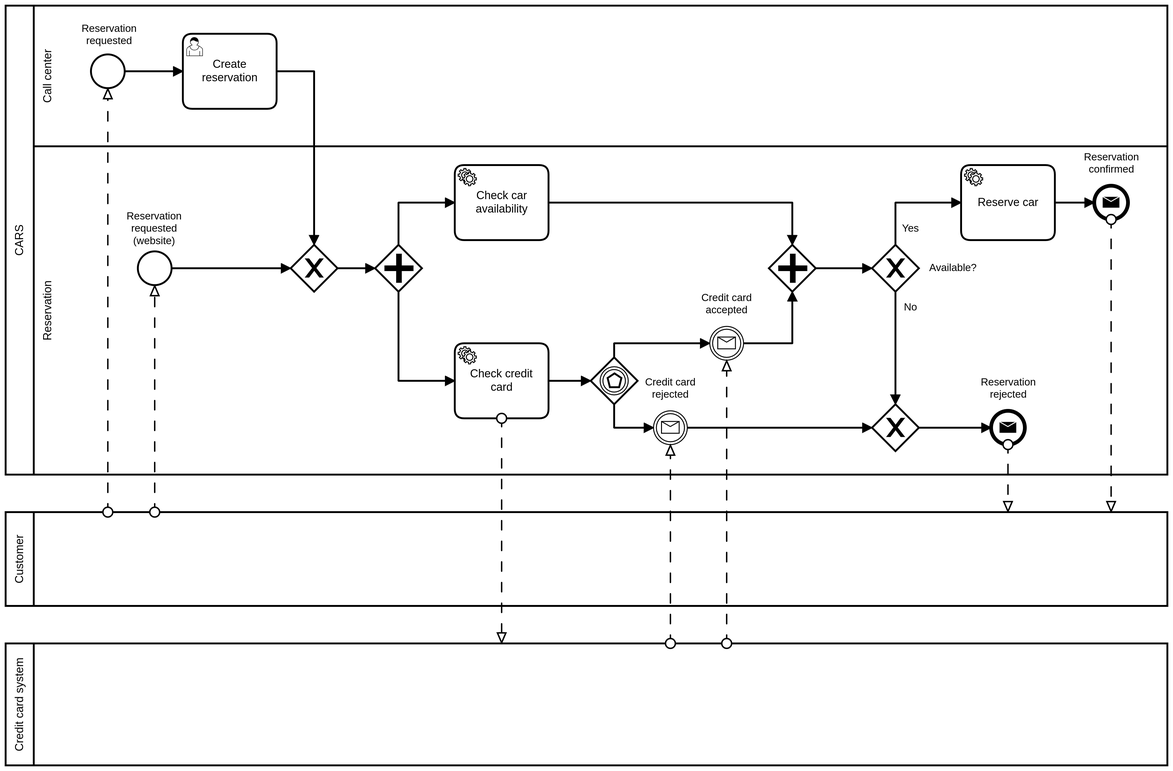
Above: car_rental/models/reservation_process_as_is.png in franco-ruggeri/polito-information-systems (BPMN), before the change. Its source is kept beside it as car_rental/models/reservation_process_as_is.bpmn. Ids are renumbered.
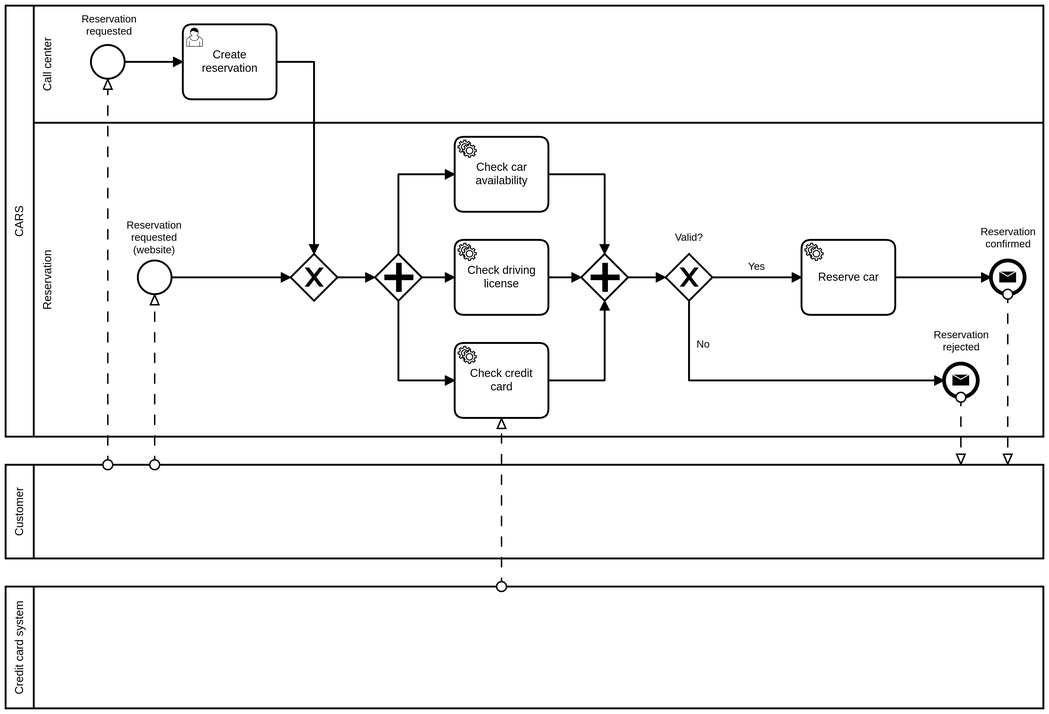
The same file after the commit.

Commit message:
Improve AS IS process

Diff of the diagram source:
```diff
@@ -9,5 +9,3 @@
     <bpmn:messageFlow id="Flow_n14" sourceRef="Event_n15" targetRef="Participant_n5" />
-    <bpmn:messageFlow id="Flow_n16" sourceRef="Participant_n7" targetRef="Event_n17" />
-    <bpmn:messageFlow id="Flow_n18" sourceRef="Participant_n7" targetRef="Event_n19" />
-    <bpmn:messageFlow id="Flow_n20" sourceRef="Activity_n21" targetRef="Participant_n7" />
+    <bpmn:messageFlow id="Flow_n55" sourceRef="Participant_n7" targetRef="Activity_n21" />
   </bpmn:collaboration>
@@ -15,2 +13,15 @@
     <bpmn:laneSet id="LaneSet_n22">
+      <bpmn:lane id="Lane_n25" name="Reservation">
+        <bpmn:flowNodeRef>Gateway_n26</bpmn:flowNodeRef>
+        <bpmn:flowNodeRef>Gateway_n27</bpmn:flowNodeRef>
+        <bpmn:flowNodeRef>Activity_n29</bpmn:flowNodeRef>
+        <bpmn:flowNodeRef>Event_n13</bpmn:flowNodeRef>
+        <bpmn:flowNodeRef>Event_n15</bpmn:flowNodeRef>
+        <bpmn:flowNodeRef>Gateway_n30</bpmn:flowNodeRef>
+        <bpmn:flowNodeRef>Event_n11</bpmn:flowNodeRef>
+        <bpmn:flowNodeRef>Activity_n33</bpmn:flowNodeRef>
+        <bpmn:flowNodeRef>Activity_n21</bpmn:flowNodeRef>
+        <bpmn:flowNodeRef>Gateway_n56</bpmn:flowNodeRef>
+        <bpmn:flowNodeRef>Activity_n57</bpmn:flowNodeRef>
+      </bpmn:lane>
       <bpmn:lane id="Lane_n23" name="Call center">
@@ -19,28 +30,5 @@
       </bpmn:lane>
-      <bpmn:lane id="Lane_n25" name="Reservation">
-        <bpmn:flowNodeRef>Gateway_n26</bpmn:flowNodeRef>
-        <bpmn:flowNodeRef>Gateway_n27</bpmn:flowNodeRef>
-        <bpmn:flowNodeRef>Event_n19</bpmn:flowNodeRef>
-        <bpmn:flowNodeRef>Event_n17</bpmn:flowNodeRef>
-        <bpmn:flowNodeRef>Gateway_n28</bpmn:flowNodeRef>
-        <bpmn:flowNodeRef>Activity_n29</bpmn:flowNodeRef>
-        <bpmn:flowNodeRef>Event_n13</bpmn:flowNodeRef>
-        <bpmn:flowNodeRef>Event_n15</bpmn:flowNodeRef>
-        <bpmn:flowNodeRef>Gateway_n30</bpmn:flowNodeRef>
-        <bpmn:flowNodeRef>Gateway_n31</bpmn:flowNodeRef>
-        <bpmn:flowNodeRef>Event_n11</bpmn:flowNodeRef>
-        <bpmn:flowNodeRef>Gateway_n32</bpmn:flowNodeRef>
-        <bpmn:flowNodeRef>Activity_n33</bpmn:flowNodeRef>
-        <bpmn:flowNodeRef>Activity_n21</bpmn:flowNodeRef>
-      </bpmn:lane>
     </bpmn:laneSet>
+    <bpmn:sequenceFlow id="Flow_n35" sourceRef="Activity_n24" targetRef="Gateway_n26" />
     <bpmn:sequenceFlow id="Flow_n34" sourceRef="StartEvent_1" targetRef="Activity_n24" />
-    <bpmn:sequenceFlow id="Flow_n35" sourceRef="Activity_n24" targetRef="Gateway_n26" />
-    <bpmn:sequenceFlow id="Flow_n36" sourceRef="Event_n11" targetRef="Gateway_n26" />
-    <bpmn:sequenceFlow id="Flow_n37" sourceRef="Gateway_n26" targetRef="Gateway_n27" />
-    <bpmn:sequenceFlow id="Flow_n38" sourceRef="Gateway_n27" targetRef="Activity_n33" />
-    <bpmn:sequenceFlow id="Flow_n39" sourceRef="Activity_n33" targetRef="Gateway_n32" />
-    <bpmn:sequenceFlow id="Flow_n40" sourceRef="Event_n17" targetRef="Gateway_n32" />
-    <bpmn:sequenceFlow id="Flow_n41" sourceRef="Gateway_n31" targetRef="Event_n17" />
-    <bpmn:sequenceFlow id="Flow_n42" sourceRef="Gateway_n31" targetRef="Event_n19" />
     <bpmn:userTask id="Activity_n24" name="Create reservation">
@@ -49,2 +37,5 @@
     </bpmn:userTask>
+    <bpmn:startEvent id="StartEvent_1" name="Reservation requested">
+      <bpmn:outgoing>Flow_n34</bpmn:outgoing>
+    </bpmn:startEvent>
     <bpmn:exclusiveGateway id="Gateway_n26">
@@ -58,21 +49,6 @@
       <bpmn:outgoing>Flow_n43</bpmn:outgoing>
+      <bpmn:outgoing>Flow_n58</bpmn:outgoing>
     </bpmn:parallelGateway>
-    <bpmn:sequenceFlow id="Flow_n44" sourceRef="Event_n19" targetRef="Gateway_n30" />
-    <bpmn:intermediateCatchEvent id="Event_n19" name="Credit card rejected">
-      <bpmn:incoming>Flow_n42</bpmn:incoming>
-      <bpmn:outgoing>Flow_n44</bpmn:outgoing>
-      <bpmn:messageEventDefinition id="MessageEventDefinition_n45" />
-    </bpmn:intermediateCatchEvent>
-    <bpmn:intermediateCatchEvent id="Event_n17" name="Credit card accepted">
-      <bpmn:incoming>Flow_n41</bpmn:incoming>
-      <bpmn:outgoing>Flow_n40</bpmn:outgoing>
-      <bpmn:messageEventDefinition id="MessageEventDefinition_n46" />
-    </bpmn:intermediateCatchEvent>
-    <bpmn:exclusiveGateway id="Gateway_n28" name="Available?">
-      <bpmn:incoming>Flow_n47</bpmn:incoming>
-      <bpmn:outgoing>Flow_n48</bpmn:outgoing>
-      <bpmn:outgoing>Flow_n49</bpmn:outgoing>
-    </bpmn:exclusiveGateway>
     <bpmn:serviceTask id="Activity_n29" name="Reserve car">
-      <bpmn:incoming>Flow_n49</bpmn:incoming>
+      <bpmn:incoming>Flow_n59</bpmn:incoming>
       <bpmn:outgoing>Flow_n50</bpmn:outgoing>
@@ -87,17 +63,7 @@
     </bpmn:endEvent>
-    <bpmn:exclusiveGateway id="Gateway_n30">
-      <bpmn:incoming>Flow_n48</bpmn:incoming>
-      <bpmn:incoming>Flow_n44</bpmn:incoming>
+    <bpmn:exclusiveGateway id="Gateway_n30" name="Valid?">
+      <bpmn:incoming>Flow_n60</bpmn:incoming>
       <bpmn:outgoing>Flow_n51</bpmn:outgoing>
+      <bpmn:outgoing>Flow_n59</bpmn:outgoing>
     </bpmn:exclusiveGateway>
-    <bpmn:sequenceFlow id="Flow_n47" sourceRef="Gateway_n32" targetRef="Gateway_n28" />
-    <bpmn:sequenceFlow id="Flow_n48" name="No" sourceRef="Gateway_n28" targetRef="Gateway_n30" />
-    <bpmn:sequenceFlow id="Flow_n49" name="Yes" sourceRef="Gateway_n28" targetRef="Activity_n29" />
-    <bpmn:sequenceFlow id="Flow_n50" sourceRef="Activity_n29" targetRef="Event_n15" />
-    <bpmn:sequenceFlow id="Flow_n51" sourceRef="Gateway_n30" targetRef="Event_n13" />
-    <bpmn:eventBasedGateway id="Gateway_n31">
-      <bpmn:incoming>Flow_n54</bpmn:incoming>
-      <bpmn:outgoing>Flow_n41</bpmn:outgoing>
-      <bpmn:outgoing>Flow_n42</bpmn:outgoing>
-    </bpmn:eventBasedGateway>
     <bpmn:startEvent id="Event_n11" name="Reservation requested (website)">
@@ -105,15 +71,5 @@
     </bpmn:startEvent>
-    <bpmn:startEvent id="StartEvent_1" name="Reservation requested">
-      <bpmn:outgoing>Flow_n34</bpmn:outgoing>
-    </bpmn:startEvent>
-    <bpmn:sequenceFlow id="Flow_n43" sourceRef="Gateway_n27" targetRef="Activity_n21" />
-    <bpmn:sequenceFlow id="Flow_n54" sourceRef="Activity_n21" targetRef="Gateway_n31" />
-    <bpmn:parallelGateway id="Gateway_n32">
-      <bpmn:incoming>Flow_n39</bpmn:incoming>
-      <bpmn:incoming>Flow_n40</bpmn:incoming>
-      <bpmn:outgoing>Flow_n47</bpmn:outgoing>
-    </bpmn:parallelGateway>
     <bpmn:serviceTask id="Activity_n33" name="Check car availability">
       <bpmn:incoming>Flow_n38</bpmn:incoming>
-      <bpmn:outgoing>Flow_n39</bpmn:outgoing>
+      <bpmn:outgoing>Flow_n61</bpmn:outgoing>
     </bpmn:serviceTask>
@@ -121,4 +77,26 @@
       <bpmn:incoming>Flow_n43</bpmn:incoming>
-      <bpmn:outgoing>Flow_n54</bpmn:outgoing>
+      <bpmn:outgoing>Flow_n62</bpmn:outgoing>
     </bpmn:serviceTask>
+    <bpmn:parallelGateway id="Gateway_n56">
+      <bpmn:incoming>Flow_n61</bpmn:incoming>
+      <bpmn:incoming>Flow_n63</bpmn:incoming>
+      <bpmn:incoming>Flow_n62</bpmn:incoming>
+      <bpmn:outgoing>Flow_n60</bpmn:outgoing>
+    </bpmn:parallelGateway>
+    <bpmn:serviceTask id="Activity_n57" name="Check driving license">
+      <bpmn:incoming>Flow_n58</bpmn:incoming>
+      <bpmn:outgoing>Flow_n63</bpmn:outgoing>
+    </bpmn:serviceTask>
+    <bpmn:sequenceFlow id="Flow_n36" sourceRef="Event_n11" targetRef="Gateway_n26" />
+    <bpmn:sequenceFlow id="Flow_n37" sourceRef="Gateway_n26" targetRef="Gateway_n27" />
+    <bpmn:sequenceFlow id="Flow_n38" sourceRef="Gateway_n27" targetRef="Activity_n33" />
+    <bpmn:sequenceFlow id="Flow_n43" sourceRef="Gateway_n27" targetRef="Activity_n21" />
+    <bpmn:sequenceFlow id="Flow_n58" sourceRef="Gateway_n27" targetRef="Activity_n57" />
+    <bpmn:sequenceFlow id="Flow_n59" name="Yes" sourceRef="Gateway_n30" targetRef="Activity_n29" />
+    <bpmn:sequenceFlow id="Flow_n50" sourceRef="Activity_n29" targetRef="Event_n15" />
+    <bpmn:sequenceFlow id="Flow_n51" name="No" sourceRef="Gateway_n30" targetRef="Event_n13" />
+    <bpmn:sequenceFlow id="Flow_n60" sourceRef="Gateway_n56" targetRef="Gateway_n30" />
+    <bpmn:sequenceFlow id="Flow_n61" sourceRef="Activity_n33" targetRef="Gateway_n56" />
+    <bpmn:sequenceFlow id="Flow_n62" sourceRef="Activity_n21" targetRef="Gateway_n56" />
+    <bpmn:sequenceFlow id="Flow_n63" sourceRef="Activity_n57" targetRef="Gateway_n56" />
   </bpmn:process>
@@ -129,63 +107,29 @@
       <bpmndi:BPMNShape id="Participant_n3_di" bpmnElement="Participant_n3" isHorizontal="true">
-        <dc:Bounds x="121" y="80" width="1239" height="500" />
+        <dc:Bounds x="121" y="110" width="1107" height="460" />
       </bpmndi:BPMNShape>
       <bpmndi:BPMNShape id="Lane_n25_di" bpmnElement="Lane_n25" isHorizontal="true">
-        <dc:Bounds x="151" y="230" width="1209" height="350" />
+        <dc:Bounds x="151" y="235" width="1077" height="335" />
       </bpmndi:BPMNShape>
       <bpmndi:BPMNShape id="Lane_n23_di" bpmnElement="Lane_n23" isHorizontal="true">
-        <dc:Bounds x="151" y="80" width="1209" height="150" />
+        <dc:Bounds x="151" y="110" width="1077" height="125" />
       </bpmndi:BPMNShape>
-      <bpmndi:BPMNEdge id="Flow_n51_di" bpmnElement="Flow_n51">
-        <di:waypoint x="1095" y="530" />
-        <di:waypoint x="1172" y="530" />
+      <bpmndi:BPMNEdge id="Flow_n35_di" bpmnElement="Flow_n35">
+        <di:waypoint x="410" y="170" />
+        <di:waypoint x="450" y="170" />
+        <di:waypoint x="450" y="375" />
       </bpmndi:BPMNEdge>
-      <bpmndi:BPMNEdge id="Flow_n50_di" bpmnElement="Flow_n50">
-        <di:waypoint x="1240" y="290" />
-        <di:waypoint x="1282" y="290" />
+      <bpmndi:BPMNEdge id="Flow_n34_di" bpmnElement="Flow_n34">
+        <di:waypoint x="248" y="170" />
+        <di:waypoint x="310" y="170" />
       </bpmndi:BPMNEdge>
-      <bpmndi:BPMNEdge id="Flow_n49_di" bpmnElement="Flow_n49">
-        <di:waypoint x="1070" y="335" />
-        <di:waypoint x="1070" y="290" />
-        <di:waypoint x="1140" y="290" />
-        <bpmndi:BPMNLabel>
-          <dc:Bounds x="1077" y="311" width="19" height="14" />
-        </bpmndi:BPMNLabel>
+      <bpmndi:BPMNEdge id="Flow_n36_di" bpmnElement="Flow_n36">
+        <di:waypoint x="298" y="400" />
+        <di:waypoint x="425" y="400" />
       </bpmndi:BPMNEdge>
-      <bpmndi:BPMNEdge id="Flow_n48_di" bpmnElement="Flow_n48">
-        <di:waypoint x="1070" y="385" />
-        <di:waypoint x="1070" y="505" />
-        <bpmndi:BPMNLabel>
-          <dc:Bounds x="1079" y="395" width="15" height="14" />
-        </bpmndi:BPMNLabel>
-      </bpmndi:BPMNEdge>
-      <bpmndi:BPMNEdge id="Flow_n47_di" bpmnElement="Flow_n47">
-        <di:waypoint x="985" y="360" />
-        <di:waypoint x="1045" y="360" />
-      </bpmndi:BPMNEdge>
-      <bpmndi:BPMNEdge id="Flow_n44_di" bpmnElement="Flow_n44">
-        <di:waypoint x="848" y="530" />
-        <di:waypoint x="1045" y="530" />
-      </bpmndi:BPMNEdge>
-      <bpmndi:BPMNEdge id="Flow_n42_di" bpmnElement="Flow_n42">
-        <di:waypoint x="770" y="505" />
-        <di:waypoint x="770" y="530" />
-        <di:waypoint x="812" y="530" />
-      </bpmndi:BPMNEdge>
-      <bpmndi:BPMNEdge id="Flow_n41_di" bpmnElement="Flow_n41">
-        <di:waypoint x="770" y="455" />
-        <di:waypoint x="770" y="440" />
-        <di:waypoint x="872" y="440" />
-      </bpmndi:BPMNEdge>
-      <bpmndi:BPMNEdge id="Flow_n40_di" bpmnElement="Flow_n40">
-        <di:waypoint x="908" y="440" />
-        <di:waypoint x="960" y="440" />
-        <di:waypoint x="960" y="385" />
-      </bpmndi:BPMNEdge>
-      <bpmndi:BPMNEdge id="Flow_n39_di" bpmnElement="Flow_n39">
-        <di:waypoint x="700" y="290" />
-        <di:waypoint x="960" y="290" />
-        <di:waypoint x="960" y="335" />
+      <bpmndi:BPMNEdge id="Flow_n37_di" bpmnElement="Flow_n37">
+        <di:waypoint x="475" y="400" />
+        <di:waypoint x="515" y="400" />
       </bpmndi:BPMNEdge>
       <bpmndi:BPMNEdge id="Flow_n38_di" bpmnElement="Flow_n38">
-        <di:waypoint x="540" y="335" />
+        <di:waypoint x="540" y="375" />
         <di:waypoint x="540" y="290" />
@@ -193,62 +137,70 @@
       </bpmndi:BPMNEdge>
-      <bpmndi:BPMNEdge id="Flow_n37_di" bpmnElement="Flow_n37">
-        <di:waypoint x="475" y="360" />
-        <di:waypoint x="515" y="360" />
+      <bpmndi:BPMNEdge id="Flow_n43_di" bpmnElement="Flow_n43">
+        <di:waypoint x="540" y="425" />
+        <di:waypoint x="540" y="510" />
+        <di:waypoint x="600" y="510" />
       </bpmndi:BPMNEdge>
-      <bpmndi:BPMNEdge id="Flow_n36_di" bpmnElement="Flow_n36">
-        <di:waypoint x="298" y="360" />
-        <di:waypoint x="425" y="360" />
+      <bpmndi:BPMNEdge id="Flow_n58_di" bpmnElement="Flow_n58">
+        <di:waypoint x="565" y="400" />
+        <di:waypoint x="600" y="400" />
       </bpmndi:BPMNEdge>
-      <bpmndi:BPMNEdge id="Flow_n35_di" bpmnElement="Flow_n35">
-        <di:waypoint x="410" y="150" />
-        <di:waypoint x="450" y="150" />
-        <di:waypoint x="450" y="335" />
+      <bpmndi:BPMNEdge id="Flow_n59_di" bpmnElement="Flow_n59">
+        <di:waypoint x="875" y="400" />
+        <di:waypoint x="970" y="400" />
+        <bpmndi:BPMNLabel>
+          <dc:Bounds x="913" y="382" width="19" height="14" />
+        </bpmndi:BPMNLabel>
       </bpmndi:BPMNEdge>
-      <bpmndi:BPMNEdge id="Flow_n34_di" bpmnElement="Flow_n34">
-        <di:waypoint x="248" y="150" />
-        <di:waypoint x="310" y="150" />
+      <bpmndi:BPMNEdge id="Flow_n50_di" bpmnElement="Flow_n50">
+        <di:waypoint x="1070" y="400" />
+        <di:waypoint x="1172" y="400" />
       </bpmndi:BPMNEdge>
-      <bpmndi:BPMNEdge id="Flow_n43_di" bpmnElement="Flow_n43">
-        <di:waypoint x="540" y="385" />
-        <di:waypoint x="540" y="480" />
-        <di:waypoint x="600" y="480" />
+      <bpmndi:BPMNEdge id="Flow_n51_di" bpmnElement="Flow_n51">
+        <di:waypoint x="850" y="425" />
+        <di:waypoint x="850" y="510" />
+        <di:waypoint x="1122" y="510" />
+        <bpmndi:BPMNLabel>
+          <dc:Bounds x="858" y="465" width="15" height="14" />
+        </bpmndi:BPMNLabel>
       </bpmndi:BPMNEdge>
-      <bpmndi:BPMNEdge id="Flow_n54_di" bpmnElement="Flow_n54">
-        <di:waypoint x="700" y="480" />
-        <di:waypoint x="745" y="480" />
+      <bpmndi:BPMNEdge id="Flow_n60_di" bpmnElement="Flow_n60">
+        <di:waypoint x="785" y="400" />
+        <di:waypoint x="825" y="400" />
+      </bpmndi:BPMNEdge>
+      <bpmndi:BPMNEdge id="Flow_n61_di" bpmnElement="Flow_n61">
+        <di:waypoint x="700" y="290" />
+        <di:waypoint x="760" y="290" />
+        <di:waypoint x="760" y="375" />
+      </bpmndi:BPMNEdge>
+      <bpmndi:BPMNEdge id="Flow_n62_di" bpmnElement="Flow_n62">
+        <di:waypoint x="700" y="510" />
+        <di:waypoint x="760" y="510" />
+        <di:waypoint x="760" y="425" />
+      </bpmndi:BPMNEdge>
+      <bpmndi:BPMNEdge id="Flow_n63_di" bpmnElement="Flow_n63">
+        <di:waypoint x="700" y="400" />
+        <di:waypoint x="735" y="400" />
       </bpmndi:BPMNEdge>
       <bpmndi:BPMNShape id="Activity_082cy1y_di" bpmnElement="Activity_n24">
-        <dc:Bounds x="310" y="110" width="100" height="80" />
+        <dc:Bounds x="310" y="130" width="100" height="80" />
+      </bpmndi:BPMNShape>
+      <bpmndi:BPMNShape id="Event_086gqml_di" bpmnElement="StartEvent_1">
+        <dc:Bounds x="212" y="152" width="36" height="36" />
+        <bpmndi:BPMNLabel>
+          <dc:Bounds x="202" y="118" width="59" height="27" />
+        </bpmndi:BPMNLabel>
       </bpmndi:BPMNShape>
       <bpmndi:BPMNShape id="Gateway_n26_di" bpmnElement="Gateway_n26" isMarkerVisible="true">
-        <dc:Bounds x="425" y="335" width="50" height="50" />
+        <dc:Bounds x="425" y="375" width="50" height="50" />
       </bpmndi:BPMNShape>
       <bpmndi:BPMNShape id="Gateway_17oste3_di" bpmnElement="Gateway_n27">
-        <dc:Bounds x="515" y="335" width="50" height="50" />
-      </bpmndi:BPMNShape>
-      <bpmndi:BPMNShape id="Event_n19_di" bpmnElement="Event_n19">
-        <dc:Bounds x="812" y="512" width="36" height="36" />
-        <bpmndi:BPMNLabel>
-          <dc:Bounds x="803" y="474.5" width="54" height="27" />
-        </bpmndi:BPMNLabel>
-      </bpmndi:BPMNShape>
-      <bpmndi:BPMNShape id="Event_0lzejxs_di" bpmnElement="Event_n17">
-        <dc:Bounds x="872" y="422" width="36" height="36" />
-        <bpmndi:BPMNLabel>
-          <dc:Bounds x="863" y="384.5" width="54" height="27" />
-        </bpmndi:BPMNLabel>
-      </bpmndi:BPMNShape>
-      <bpmndi:BPMNShape id="Gateway_n28_di" bpmnElement="Gateway_n28" isMarkerVisible="true">
-        <dc:Bounds x="1045" y="335" width="50" height="50" />
-        <bpmndi:BPMNLabel>
-          <dc:Bounds x="1106" y="353" width="51" height="14" />
-        </bpmndi:BPMNLabel>
+        <dc:Bounds x="515" y="375" width="50" height="50" />
       </bpmndi:BPMNShape>
       <bpmndi:BPMNShape id="Activity_1cs5w4l_di" bpmnElement="Activity_n29">
-        <dc:Bounds x="1140" y="250" width="100" height="80" />
+        <dc:Bounds x="970" y="360" width="100" height="80" />
       </bpmndi:BPMNShape>
       <bpmndi:BPMNShape id="Event_1006tid_di" bpmnElement="Event_n13">
-        <dc:Bounds x="1172" y="512" width="36" height="36" />
+        <dc:Bounds x="1122" y="492" width="36" height="36" />
         <bpmndi:BPMNLabel>
-          <dc:Bounds x="1160.5" y="475" width="59" height="27" />
+          <dc:Bounds x="1111" y="455" width="59" height="27" />
         </bpmndi:BPMNLabel>
@@ -256,5 +208,5 @@
       <bpmndi:BPMNShape id="Event_18gfctf_di" bpmnElement="Event_n15">
-        <dc:Bounds x="1282" y="272" width="36" height="36" />
+        <dc:Bounds x="1172" y="382" width="36" height="36" />
         <bpmndi:BPMNLabel>
-          <dc:Bounds x="1270.5" y="234.5" width="59" height="27" />
+          <dc:Bounds x="1161" y="345" width="59" height="27" />
         </bpmndi:BPMNLabel>
@@ -262,21 +214,12 @@
       <bpmndi:BPMNShape id="Gateway_n30_di" bpmnElement="Gateway_n30" isMarkerVisible="true">
-        <dc:Bounds x="1045" y="505" width="50" height="50" />
-      </bpmndi:BPMNShape>
-      <bpmndi:BPMNShape id="Gateway_1xvrmgd_di" bpmnElement="Gateway_n31">
-        <dc:Bounds x="745" y="455" width="50" height="50" />
+        <dc:Bounds x="825" y="375" width="50" height="50" />
+        <bpmndi:BPMNLabel>
+          <dc:Bounds x="835" y="351" width="30" height="14" />
+        </bpmndi:BPMNLabel>
       </bpmndi:BPMNShape>
       <bpmndi:BPMNShape id="Event_0c0r4jg_di" bpmnElement="Event_n11">
-        <dc:Bounds x="262" y="342" width="36" height="36" />
+        <dc:Bounds x="262" y="382" width="36" height="36" />
         <bpmndi:BPMNLabel>
-          <dc:Bounds x="250" y="298" width="59" height="40" />
+          <dc:Bounds x="250" y="338" width="59" height="40" />
         </bpmndi:BPMNLabel>
-      </bpmndi:BPMNShape>
-      <bpmndi:BPMNShape id="Event_086gqml_di" bpmnElement="StartEvent_1">
-        <dc:Bounds x="212" y="132" width="36" height="36" />
-        <bpmndi:BPMNLabel>
-          <dc:Bounds x="202" y="98" width="59" height="27" />
-        </bpmndi:BPMNLabel>
-      </bpmndi:BPMNShape>
-      <bpmndi:BPMNShape id="Gateway_n32_di" bpmnElement="Gateway_n32">
-        <dc:Bounds x="935" y="335" width="50" height="50" />
       </bpmndi:BPMNShape>
@@ -286,37 +229,35 @@
       <bpmndi:BPMNShape id="Activity_0c8jy6v_di" bpmnElement="Activity_n21">
-        <dc:Bounds x="600" y="440" width="100" height="80" />
+        <dc:Bounds x="600" y="470" width="100" height="80" />
+      </bpmndi:BPMNShape>
+      <bpmndi:BPMNShape id="Gateway_0e7kzrt_di" bpmnElement="Gateway_n56">
+        <dc:Bounds x="735" y="375" width="50" height="50" />
+      </bpmndi:BPMNShape>
+      <bpmndi:BPMNShape id="Activity_1t6ueto_di" bpmnElement="Activity_n57">
+        <dc:Bounds x="600" y="360" width="100" height="80" />
       </bpmndi:BPMNShape>
       <bpmndi:BPMNShape id="Participant_n5_di" bpmnElement="Participant_n5" isHorizontal="true">
-        <dc:Bounds x="121" y="620" width="1239" height="100" />
+        <dc:Bounds x="121" y="600" width="1107" height="100" />
       </bpmndi:BPMNShape>
       <bpmndi:BPMNShape id="Participant_n7_di" bpmnElement="Participant_n7" isHorizontal="true">
-        <dc:Bounds x="121" y="760" width="1239" height="130" />
+        <dc:Bounds x="121" y="730" width="1107" height="130" />
       </bpmndi:BPMNShape>
+      <bpmndi:BPMNEdge id="Flow_n12_di" bpmnElement="Flow_n12">
+        <di:waypoint x="1140" y="528" />
+        <di:waypoint x="1140" y="600" />
+      </bpmndi:BPMNEdge>
+      <bpmndi:BPMNEdge id="Flow_n14_di" bpmnElement="Flow_n14">
+        <di:waypoint x="1190" y="418" />
+        <di:waypoint x="1190" y="600" />
+      </bpmndi:BPMNEdge>
       <bpmndi:BPMNEdge id="Flow_n9_di" bpmnElement="Flow_n9">
-        <di:waypoint x="230" y="620" />
-        <di:waypoint x="230" y="168" />
+        <di:waypoint x="230" y="600" />
+        <di:waypoint x="230" y="188" />
       </bpmndi:BPMNEdge>
       <bpmndi:BPMNEdge id="Flow_n10_di" bpmnElement="Flow_n10">
-        <di:waypoint x="280" y="620" />
-        <di:waypoint x="280" y="378" />
+        <di:waypoint x="280" y="600" />
+        <di:waypoint x="280" y="418" />
       </bpmndi:BPMNEdge>
-      <bpmndi:BPMNEdge id="Flow_n12_di" bpmnElement="Flow_n12">
-        <di:waypoint x="1190" y="548" />
-        <di:waypoint x="1190" y="620" />
-      </bpmndi:BPMNEdge>
-      <bpmndi:BPMNEdge id="Flow_n14_di" bpmnElement="Flow_n14">
-        <di:waypoint x="1300" y="308" />
-        <di:waypoint x="1300" y="620" />
-      </bpmndi:BPMNEdge>
-      <bpmndi:BPMNEdge id="Flow_n16_di" bpmnElement="Flow_n16">
-        <di:waypoint x="890" y="760" />
-        <di:waypoint x="890" y="458" />
-      </bpmndi:BPMNEdge>
-      <bpmndi:BPMNEdge id="Flow_n18_di" bpmnElement="Flow_n18">
-        <di:waypoint x="830" y="760" />
-        <di:waypoint x="830" y="548" />
-      </bpmndi:BPMNEdge>
-      <bpmndi:BPMNEdge id="Flow_n20_di" bpmnElement="Flow_n20">
-        <di:waypoint x="650" y="520" />
-        <di:waypoint x="650" y="760" />
+      <bpmndi:BPMNEdge id="Flow_n55_di" bpmnElement="Flow_n55">
+        <di:waypoint x="650" y="730" />
+        <di:waypoint x="650" y="550" />
       </bpmndi:BPMNEdge>
```
